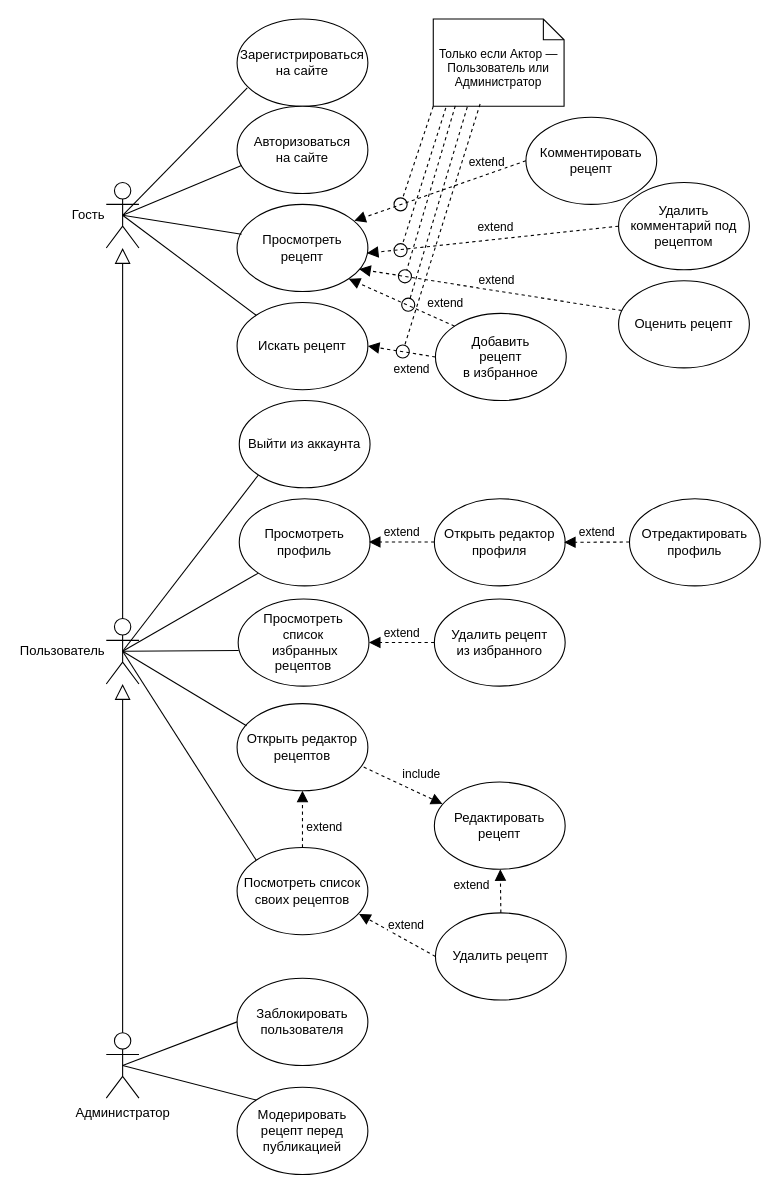
The draw.io diagram docs/Use-cases diagram/Use-cases diagram — Web Gastronomy.drawio in BullDigga/web-gastronomy, before the edit. Source tidied: cells renumbered, new cells numbered last; positions are measured from the earlier drawing's top-left corner, leaving out a move shared by most shapes. Both pictures are drawn from the tidied source at 109%, with x=0, y=0 at pixel (106, 19).
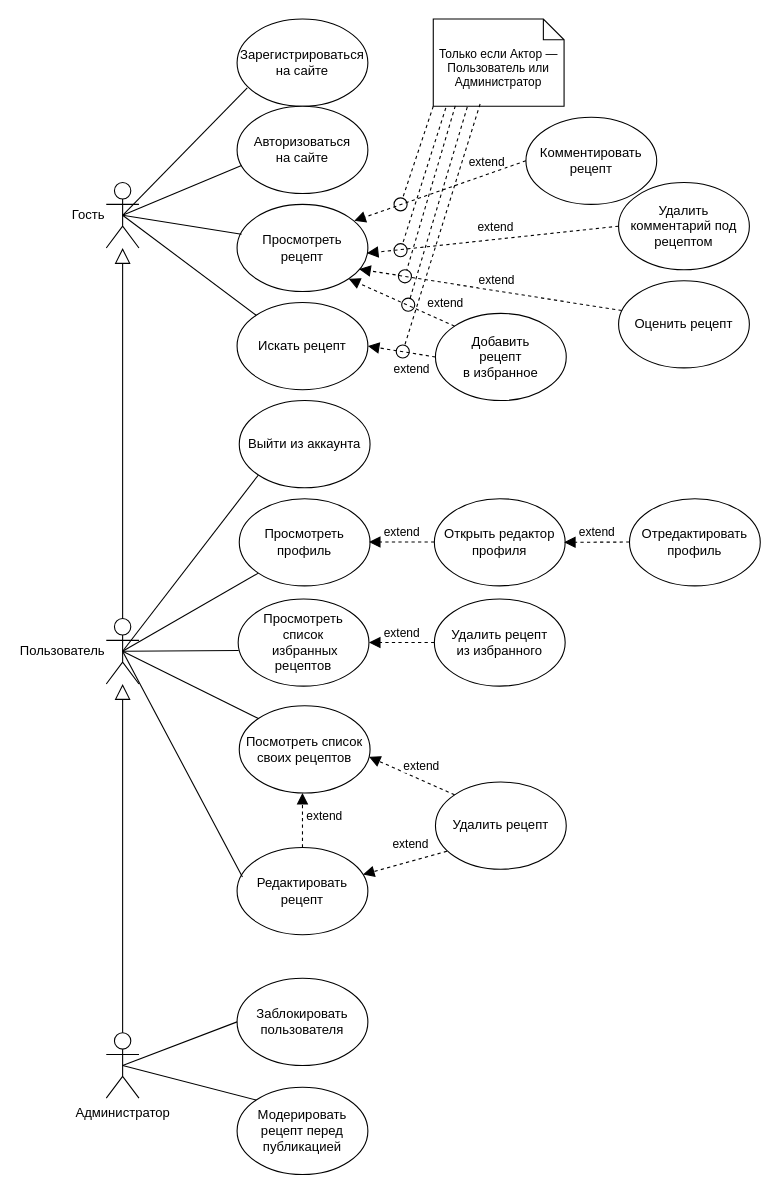
Above is the later version.

Commit message (it also covers changes not shown here):
Убран use-case «Открыть редактор рецептов»

Unchanged cells that the change refers to:
```xml
<mxCell id="28" value="&lt;div&gt;Пользователь&lt;/div&gt;" style="shape=umlActor;verticalLabelPosition=middle;verticalAlign=middle;html=1;outlineConnect=0;labelPosition=left;align=right;" parent="1" vertex="1">
  <mxGeometry y="550" width="30" height="60" as="geometry" />
</mxCell>
```

What changed in the source:
```diff
@@
-    <mxCell id="11" value="Открыть редактор рецептов" style="ellipse;whiteSpace=wrap;html=1;" parent="1" vertex="1">
-      <mxGeometry x="120" y="628" width="120" height="80" as="geometry" />
-    </mxCell>
     <mxCell id="12" value="&lt;div&gt;Редактировать рецепт&lt;/div&gt;" style="ellipse;whiteSpace=wrap;html=1;" parent="1" vertex="1">
-      <mxGeometry x="301" y="700" width="120" height="80" as="geometry" />
+      <mxGeometry x="120" y="760" width="120" height="80" as="geometry" />
     </mxCell>
     <mxCell id="13" value="Удалить рецепт" style="ellipse;whiteSpace=wrap;html=1;" parent="1" vertex="1">
-      <mxGeometry x="302" y="820" width="120" height="80" as="geometry" />
+      <mxGeometry x="302" y="700" width="120" height="80" as="geometry" />
     </mxCell>
@@
-    <mxCell id="26" style="endArrow=none;html=1;rounded=0;entryX=0.072;entryY=0.254;entryDx=0;entryDy=0;exitX=0.5;exitY=0.5;exitDx=0;exitDy=0;exitPerimeter=0;entryPerimeter=0;" parent="1" edge="1" source="28" target="11">
+    <mxCell id="26" style="endArrow=none;html=1;rounded=0;entryX=0.041;entryY=0.338;entryDx=0;entryDy=0;exitX=0.5;exitY=0.5;exitDx=0;exitDy=0;exitPerimeter=0;entryPerimeter=0;" parent="1" edge="1" source="28" target="12">
       <mxGeometry relative="1" as="geometry" />
     </mxCell>
@@
     <mxCell id="44" value="&lt;div&gt;Посмотреть список&lt;/div&gt;&lt;div&gt;своих рецептов&lt;/div&gt;" style="ellipse;whiteSpace=wrap;html=1;" parent="1" vertex="1">
-      <mxGeometry x="120" y="760" width="120" height="80" as="geometry" />
+      <mxGeometry x="122" y="630" width="120" height="80" as="geometry" />
     </mxCell>
-    <mxCell id="45" value="extend" style="html=1;verticalAlign=bottom;endArrow=block;dashed=1;endSize=8;curved=0;rounded=0;endFill=1;entryX=0.933;entryY=0.763;entryDx=0;entryDy=0;exitX=0;exitY=0.5;exitDx=0;exitDy=0;entryPerimeter=0;" parent="1" edge="1" source="13" target="44">
+    <mxCell id="45" value="extend" style="html=1;verticalAlign=bottom;endArrow=block;dashed=1;endSize=8;curved=0;rounded=0;endFill=1;entryX=0.992;entryY=0.585;entryDx=0;entryDy=0;exitX=0;exitY=0;exitDx=0;exitDy=0;entryPerimeter=0;" parent="1" edge="1" source="13" target="44">
       <mxGeometry x="-0.18" y="-4" relative="1" as="geometry" />
     </mxCell>
-    <mxCell id="46" value="extend" style="html=1;verticalAlign=bottom;endArrow=block;dashed=1;endSize=8;curved=0;rounded=0;endFill=1;exitX=0.5;exitY=0;exitDx=0;exitDy=0;entryX=0.5;entryY=1;entryDx=0;entryDy=0;" parent="1" edge="1" source="44" target="11">
-      <mxGeometry x="-0.62" y="-20" relative="1" as="geometry" />
+    <mxCell id="46" value="extend" style="html=1;verticalAlign=bottom;endArrow=block;dashed=1;endSize=8;curved=0;rounded=0;endFill=1;exitX=0.5;exitY=0;exitDx=0;exitDy=0;" parent="1" edge="1" source="12">
+      <mxGeometry x="-0.2" y="-20" relative="1" as="geometry">
+        <mxPoint x="180" y="710" as="targetPoint" />
+      </mxGeometry>
     </mxCell>
-    <mxCell id="47" value="include" style="html=1;verticalAlign=bottom;endArrow=block;dashed=1;endSize=8;curved=0;rounded=0;endFill=1;entryX=0.062;entryY=0.251;entryDx=0;entryDy=0;exitX=0.968;exitY=0.728;exitDx=0;exitDy=0;exitPerimeter=0;entryPerimeter=0;" parent="1" edge="1" source="11" target="12">
-      <mxGeometry x="0.38" y="8" relative="1" as="geometry" />
-    </mxCell>
@@
-    <mxCell id="53" value="extend" style="html=1;verticalAlign=bottom;endArrow=block;dashed=1;endSize=8;curved=0;rounded=0;endFill=1;exitX=0.5;exitY=0;exitDx=0;exitDy=0;" parent="1" edge="1" source="13" target="12">
-      <mxGeometry x="-0.2" y="27" relative="1" as="geometry" />
+    <mxCell id="53" value="extend" style="html=1;verticalAlign=bottom;endArrow=block;dashed=1;endSize=8;curved=0;rounded=0;endFill=1;exitX=0.088;exitY=0.793;exitDx=0;exitDy=0;exitPerimeter=0;" parent="1" edge="1" source="13" target="12">
+      <mxGeometry x="-0.17" y="-7" relative="1" as="geometry" />
     </mxCell>
```
